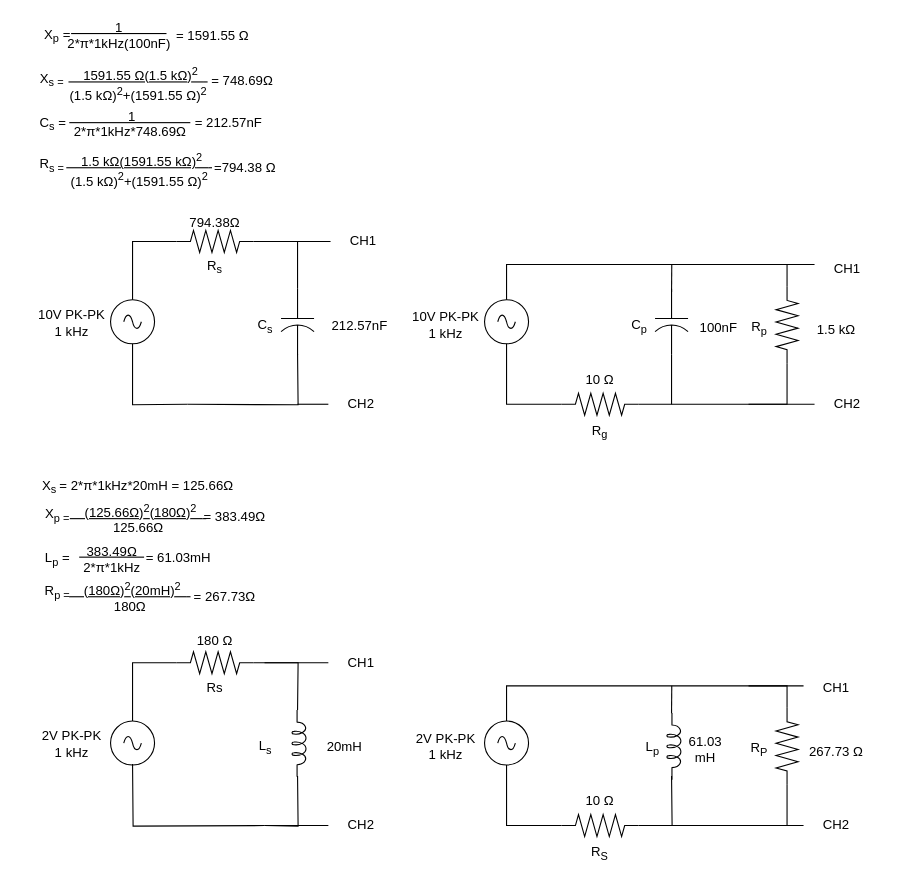
Above: Untitled Diagram.drawio in Cheezy-Pizza/FlowChartFiles (draw.io), before the change. Source tidied: cells renumbered, new cells numbered last; positions are measured from the earlier drawing's top-left corner, leaving out a move shared by most shapes. Both pictures are drawn from the tidied source at 110%, with x=0, y=0 at pixel (19, 19).
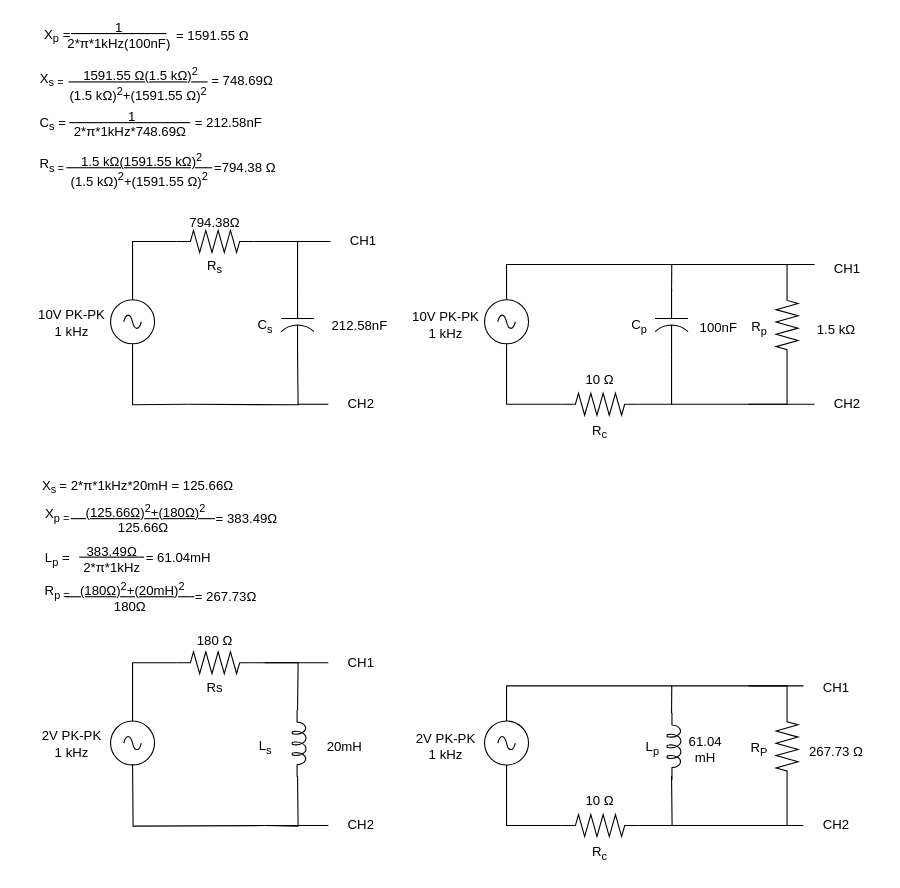
The same diagram, later.

What changed in the source:
```diff
@@
-    <mxCell id="13" value="212.57nF&lt;span style=&quot;white-space: pre;&quot;&gt;&#9;&lt;/span&gt;" style="text;html=1;align=center;verticalAlign=middle;whiteSpace=wrap;rounded=0;" parent="1" vertex="1">
+    <mxCell id="13" value="212.58nF&lt;span style=&quot;white-space: pre;&quot;&gt;&#9;&lt;/span&gt;" style="text;html=1;align=center;verticalAlign=middle;whiteSpace=wrap;rounded=0;" parent="1" vertex="1">
       <mxGeometry x="281" y="264" width="60" height="30" as="geometry" />
     </mxCell>
@@
-    <mxCell id="24" value="R&lt;sub&gt;g&lt;/sub&gt;" style="text;html=1;align=center;verticalAlign=middle;whiteSpace=wrap;rounded=0;" parent="1" vertex="1">
+    <mxCell id="24" value="R&lt;sub&gt;c&lt;/sub&gt;" style="text;html=1;align=center;verticalAlign=middle;whiteSpace=wrap;rounded=0;" parent="1" vertex="1">
       <mxGeometry x="498" y="360" width="60" height="30" as="geometry" />
     </mxCell>
@@
-    <mxCell id="50" value="R&lt;sub&gt;S&lt;/sub&gt;" style="text;html=1;align=center;verticalAlign=middle;whiteSpace=wrap;rounded=0;" parent="1" vertex="1">
+    <mxCell id="50" value="R&lt;sub&gt;c&lt;/sub&gt;" style="text;html=1;align=center;verticalAlign=middle;whiteSpace=wrap;rounded=0;" parent="1" vertex="1">
       <mxGeometry x="498" y="743" width="60" height="30" as="geometry" />
     </mxCell>
@@
-    <mxCell id="53" value="&lt;div&gt;61.03&lt;/div&gt;&lt;div&gt;mH&lt;/div&gt;" style="text;html=1;align=center;verticalAlign=middle;whiteSpace=wrap;rounded=0;" parent="1" vertex="1">
+    <mxCell id="53" value="&lt;div&gt;61.04&lt;/div&gt;&lt;div&gt;mH&lt;/div&gt;" style="text;html=1;align=center;verticalAlign=middle;whiteSpace=wrap;rounded=0;" parent="1" vertex="1">
       <mxGeometry x="594" y="649" width="60" height="30" as="geometry" />
     </mxCell>
@@
-    <mxCell id="81" value="&lt;div&gt;&lt;u&gt;&amp;nbsp;&amp;nbsp;&amp;nbsp; (180Ω)&lt;sup&gt;2&lt;/sup&gt;(20mH)&lt;sup&gt;2 &amp;nbsp;&lt;/sup&gt;&amp;nbsp; &lt;br&gt;&lt;/u&gt;&lt;/div&gt;&lt;div&gt;180Ω&lt;/div&gt;" style="text;html=1;align=center;verticalAlign=middle;whiteSpace=wrap;rounded=0;" parent="1" vertex="1">
+    <mxCell id="81" value="&lt;div&gt;&lt;u&gt;&amp;nbsp;&amp;nbsp;&amp;nbsp; (180Ω)&lt;sup&gt;2&lt;/sup&gt;+(20mH)&lt;sup&gt;2 &amp;nbsp;&lt;/sup&gt;&amp;nbsp; &lt;br&gt;&lt;/u&gt;&lt;/div&gt;&lt;div&gt;180Ω&lt;/div&gt;" style="text;html=1;align=center;verticalAlign=middle;whiteSpace=wrap;rounded=0;" parent="1" vertex="1">
       <mxGeometry x="41.4" y="510" width="120" height="30" as="geometry" />
     </mxCell>
     <mxCell id="82" value="= 267.73Ω" style="text;html=1;align=center;verticalAlign=middle;whiteSpace=wrap;rounded=0;" parent="1" vertex="1">
-      <mxGeometry x="157.1" y="510" width="60" height="30" as="geometry" />
+      <mxGeometry x="158.1" y="510" width="60" height="30" as="geometry" />
     </mxCell>
@@
-    <mxCell id="84" value="&lt;div&gt;&lt;u&gt;&amp;nbsp;&amp;nbsp;&amp;nbsp; (125.66Ω)&lt;sup&gt;2&lt;/sup&gt;(&lt;/u&gt;&lt;u&gt;180Ω&lt;/u&gt;&lt;u&gt;)&lt;sup&gt;2 &amp;nbsp;&lt;/sup&gt;&amp;nbsp; &lt;br&gt;&lt;/u&gt;&lt;/div&gt;&lt;div&gt;125.66Ω&lt;/div&gt;" style="text;html=1;align=center;verticalAlign=middle;whiteSpace=wrap;rounded=0;" parent="1" vertex="1">
-      <mxGeometry x="43.4" y="439" width="130.8" height="30" as="geometry" />
+    <mxCell id="84" value="&lt;div&gt;&lt;u&gt;&amp;nbsp;&amp;nbsp;&amp;nbsp; (125.66Ω)&lt;sup&gt;2&lt;/sup&gt;+(&lt;/u&gt;&lt;u&gt;180Ω&lt;/u&gt;&lt;u&gt;)&lt;sup&gt;2 &amp;nbsp;&lt;/sup&gt;&amp;nbsp; &lt;br&gt;&lt;/u&gt;&lt;/div&gt;&lt;div&gt;125.66Ω&lt;/div&gt;" style="text;html=1;align=center;verticalAlign=middle;whiteSpace=wrap;rounded=0;" parent="1" vertex="1">
+      <mxGeometry x="43.4" y="439" width="139.6" height="30" as="geometry" />
     </mxCell>
     <mxCell id="85" value="= 383.49Ω" style="text;html=1;align=center;verticalAlign=middle;whiteSpace=wrap;rounded=0;" parent="1" vertex="1">
-      <mxGeometry x="166.2" y="438" width="60" height="30" as="geometry" />
+      <mxGeometry x="177.4" y="439" width="60" height="30" as="geometry" />
     </mxCell>
@@
-    <mxCell id="91" value="= 212.57nF" style="text;html=1;align=center;verticalAlign=middle;whiteSpace=wrap;rounded=0;" parent="1" vertex="1">
+    <mxCell id="91" value="= 212.58nF" style="text;html=1;align=center;verticalAlign=middle;whiteSpace=wrap;rounded=0;" parent="1" vertex="1">
       <mxGeometry x="151.7" y="79" width="76.6" height="30" as="geometry" />
     </mxCell>
@@
-    <mxCell id="95" value="= 61.03mH" style="text;html=1;align=center;verticalAlign=middle;whiteSpace=wrap;rounded=0;" parent="1" vertex="1">
+    <mxCell id="95" value="= 61.04mH" style="text;html=1;align=center;verticalAlign=middle;whiteSpace=wrap;rounded=0;" parent="1" vertex="1">
       <mxGeometry x="94.4" y="475" width="101.6" height="30" as="geometry" />
     </mxCell>
```
